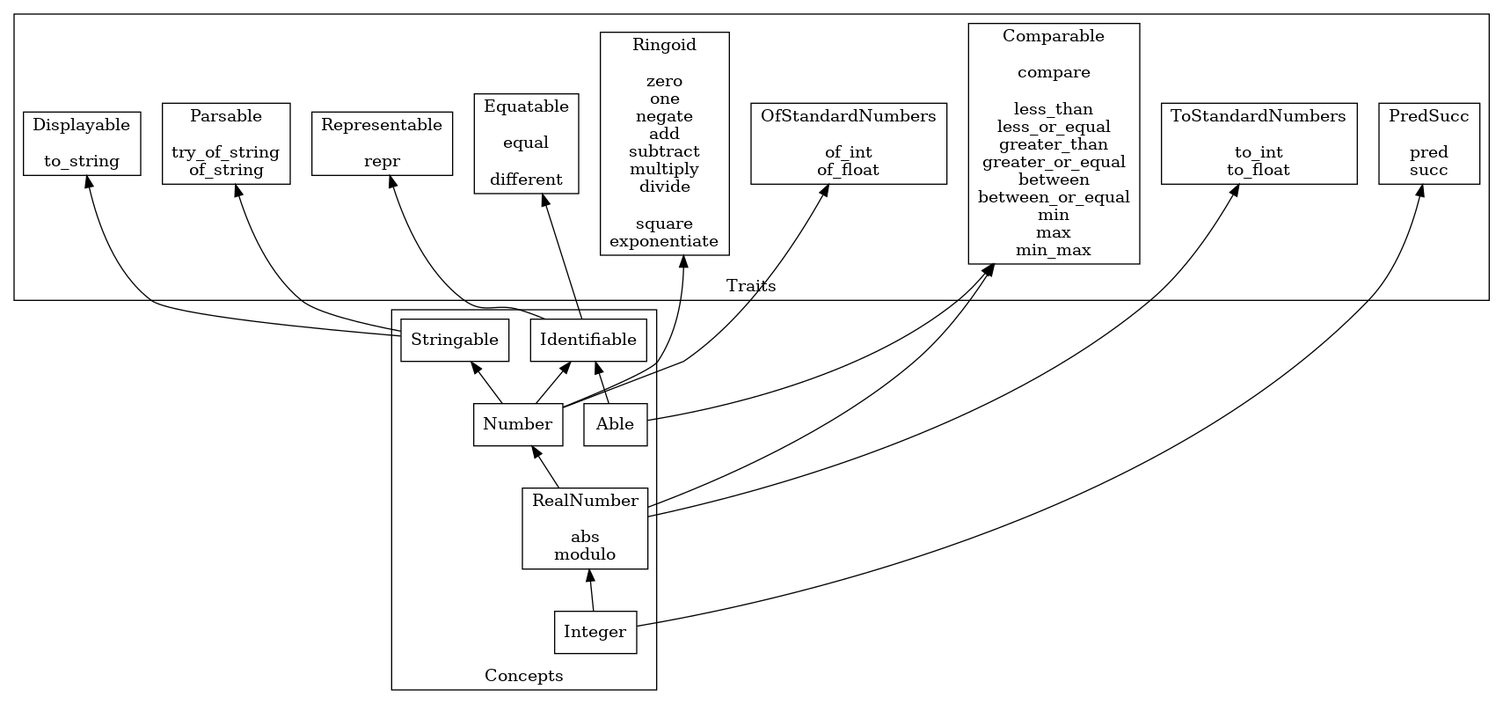
Before: docs/Facets.png, a diagram exported from Graphviz (jacquev6/General). Its source is kept beside it as src/Generated/Facets.dot.
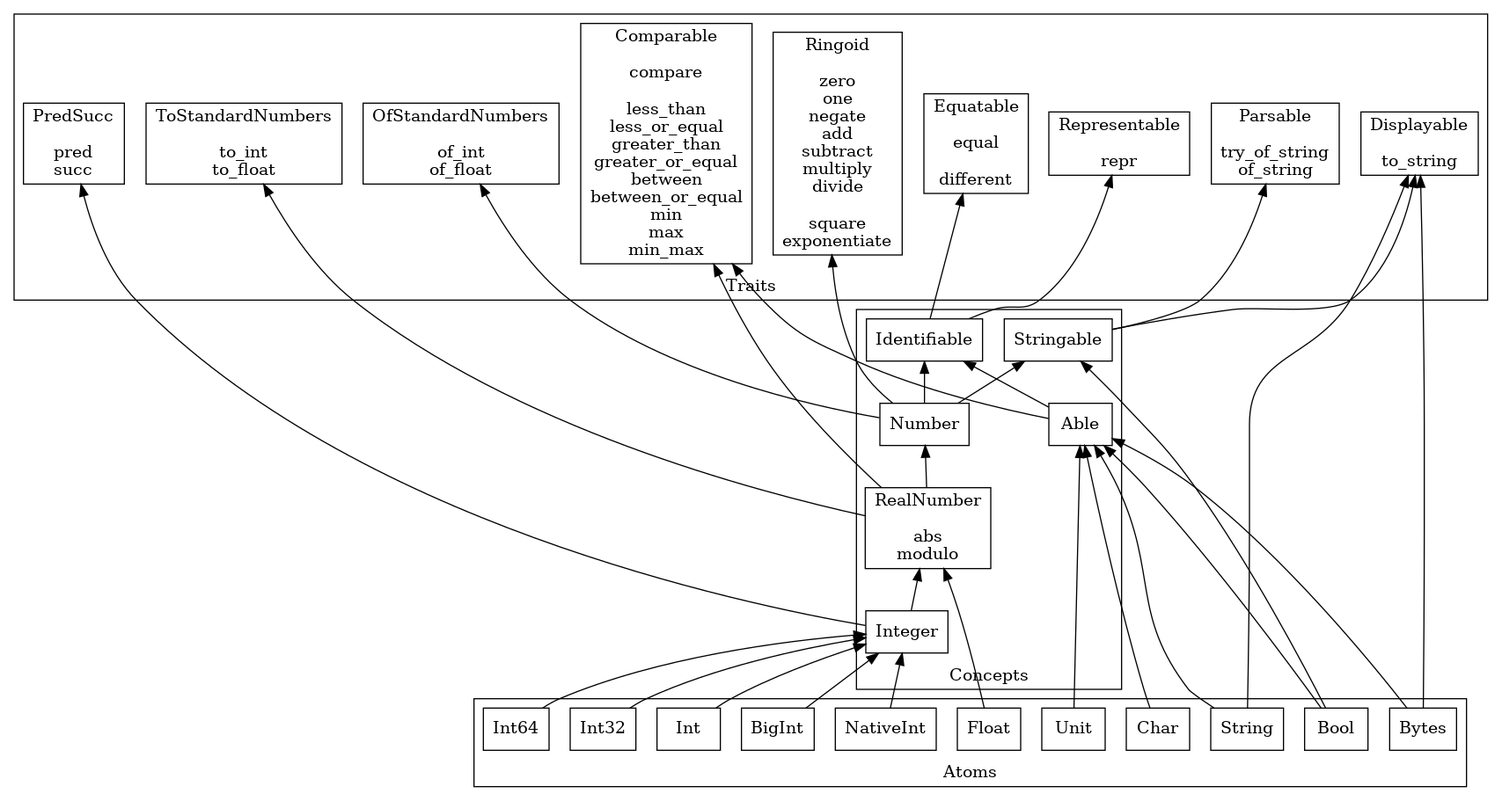
Later version of the same file.

What changed in the source:
```diff
@@ -22,6 +22,20 @@
     realnumber [label="RealNumber\n\nabs\nmodulo"];
     integer [label="Integer"];
   }
+  subgraph cluster_Atoms {
+    label="Atoms";
+    unit [label="Unit"];
+    bool [label="Bool"];
+    char [label="Char"];
+    int [label="Int"];
+    int32 [label="Int32"];
+    int64 [label="Int64"];
+    nativeint [label="NativeInt"];
+    bigint [label="BigInt"];
+    float [label="Float"];
+    string [label="String"];
+    bytes [label="Bytes"];
+  }
   identifiable -> equatable
   identifiable -> representable
   able -> identifiable
@@ -37,4 +51,18 @@
   realnumber -> tostandardnumbers
   integer -> realnumber
   integer -> predsucc
+  unit -> able
+  bool -> able
+  bool -> stringable
+  char -> able
+  int -> integer
+  int32 -> integer
+  int64 -> integer
+  nativeint -> integer
+  bigint -> integer
+  float -> realnumber
+  string -> able
+  string -> displayable
+  bytes -> able
+  bytes -> displayable
 }
```
